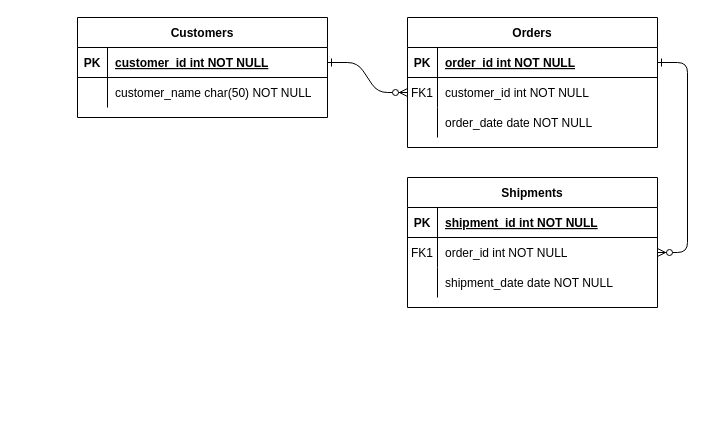
This is 名称未設定ファイル.drawio from Souta-Shimizu/mermaid_memo, a draw.io file, before an edit. Source tidied: cells renumbered, new cells numbered last; positions are measured from the earlier drawing's top-left corner, leaving out a move shared by most shapes. Both pictures are drawn from the tidied source at 100%, with x=0, y=0 at pixel (77, 17).
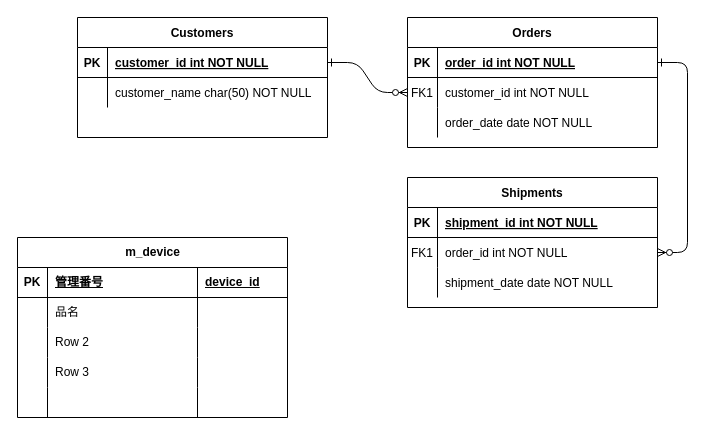
The same diagram, later.

Commit message:
名称未設定ファイル.drawio を更新します

What changed in the source:
```diff
@@
     <mxCell id="24" value="Customers" style="shape=table;startSize=30;childLayout=tableLayout;rowLines=0;fontStyle=1;align=center;" parent="1" vertex="1">
-      <mxGeometry width="250" height="100" as="geometry" />
+      <mxGeometry width="250" height="120" as="geometry" />
     </mxCell>
@@
+    <mxCell id="31" value="m_device" style="shape=table;startSize=30;childLayout=tableLayout;rowLines=0;fontStyle=1;align=center;html=1;" parent="1" vertex="1">
+      <mxGeometry x="-60" y="220" width="270" height="180" as="geometry" />
+    </mxCell>
+    <mxCell id="32" style="shape=tableRow;horizontal=0;startSize=0;swimlaneHead=0;swimlaneBody=0;fillColor=none;top=0;left=0;right=0;bottom=1;" parent="31" vertex="1">
+      <mxGeometry y="30" width="270" height="30" as="geometry" />
+    </mxCell>
+    <mxCell id="33" value="PK" style="shape=partialRectangle;fillColor=none;top=0;left=0;bottom=0;right=0;fontStyle=1;overflow=hidden;whiteSpace=wrap;html=1;" parent="32" vertex="1">
+      <mxGeometry width="30" height="30" as="geometry" />
+    </mxCell>
+    <mxCell id="34" value="管理番号" style="shape=partialRectangle;fillColor=none;top=0;left=0;bottom=0;right=0;align=left;spacingLeft=6;fontStyle=5;overflow=hidden;whiteSpace=wrap;html=1;" parent="32" vertex="1">
+      <mxGeometry x="30" width="150" height="30" as="geometry" />
+    </mxCell>
+    <mxCell id="35" value="device_id" style="shape=partialRectangle;fillColor=none;top=0;left=0;bottom=0;right=0;align=left;spacingLeft=6;fontStyle=5;overflow=hidden;whiteSpace=wrap;html=1;" parent="32" vertex="1">
+      <mxGeometry x="180" width="90" height="30" as="geometry" />
+    </mxCell>
+    <mxCell id="36" style="shape=tableRow;horizontal=0;startSize=0;swimlaneHead=0;swimlaneBody=0;fillColor=none;top=0;left=0;right=0;bottom=0;" parent="31" vertex="1">
+      <mxGeometry y="60" width="270" height="30" as="geometry" />
+    </mxCell>
+    <mxCell id="37" style="shape=partialRectangle;fillColor=none;top=0;left=0;bottom=0;right=0;overflow=hidden;whiteSpace=wrap;html=1;" parent="36" vertex="1">
+      <mxGeometry width="30" height="30" as="geometry" />
+    </mxCell>
+    <mxCell id="38" value="品名" style="shape=partialRectangle;fillColor=none;top=0;left=0;bottom=0;right=0;align=left;spacingLeft=6;overflow=hidden;whiteSpace=wrap;html=1;" parent="36" vertex="1">
+      <mxGeometry x="30" width="150" height="30" as="geometry" />
+    </mxCell>
+    <mxCell id="39" style="shape=partialRectangle;fillColor=none;top=0;left=0;bottom=0;right=0;align=left;spacingLeft=6;overflow=hidden;whiteSpace=wrap;html=1;" parent="36" vertex="1">
+      <mxGeometry x="180" width="90" height="30" as="geometry" />
+    </mxCell>
+    <mxCell id="40" style="shape=tableRow;horizontal=0;startSize=0;swimlaneHead=0;swimlaneBody=0;fillColor=none;top=0;left=0;right=0;bottom=0;" parent="31" vertex="1">
+      <mxGeometry y="90" width="270" height="30" as="geometry" />
+    </mxCell>
+    <mxCell id="41" style="shape=partialRectangle;fillColor=none;top=0;left=0;bottom=0;right=0;overflow=hidden;whiteSpace=wrap;html=1;" parent="40" vertex="1">
+      <mxGeometry width="30" height="30" as="geometry" />
+    </mxCell>
+    <mxCell id="42" value="Row 2" style="shape=partialRectangle;fillColor=none;top=0;left=0;bottom=0;right=0;align=left;spacingLeft=6;overflow=hidden;whiteSpace=wrap;html=1;" parent="40" vertex="1">
+      <mxGeometry x="30" width="150" height="30" as="geometry" />
+    </mxCell>
+    <mxCell id="43" style="shape=partialRectangle;fillColor=none;top=0;left=0;bottom=0;right=0;align=left;spacingLeft=6;overflow=hidden;whiteSpace=wrap;html=1;" parent="40" vertex="1">
+      <mxGeometry x="180" width="90" height="30" as="geometry" />
+    </mxCell>
+    <mxCell id="44" style="shape=tableRow;horizontal=0;startSize=0;swimlaneHead=0;swimlaneBody=0;fillColor=none;top=0;left=0;right=0;bottom=0;" parent="31" vertex="1">
+      <mxGeometry y="120" width="270" height="30" as="geometry" />
+    </mxCell>
+    <mxCell id="45" style="shape=partialRectangle;fillColor=none;top=0;left=0;bottom=0;right=0;overflow=hidden;whiteSpace=wrap;html=1;" parent="44" vertex="1">
+      <mxGeometry width="30" height="30" as="geometry" />
+    </mxCell>
+    <mxCell id="46" value="Row 3" style="shape=partialRectangle;fillColor=none;top=0;left=0;bottom=0;right=0;align=left;spacingLeft=6;overflow=hidden;whiteSpace=wrap;html=1;" parent="44" vertex="1">
+      <mxGeometry x="30" width="150" height="30" as="geometry" />
+    </mxCell>
+    <mxCell id="47" style="shape=partialRectangle;fillColor=none;top=0;left=0;bottom=0;right=0;align=left;spacingLeft=6;overflow=hidden;whiteSpace=wrap;html=1;" parent="44" vertex="1">
+      <mxGeometry x="180" width="90" height="30" as="geometry" />
+    </mxCell>
+    <mxCell id="48" style="shape=tableRow;horizontal=0;startSize=0;swimlaneHead=0;swimlaneBody=0;fillColor=none;top=0;left=0;right=0;bottom=0;" parent="31" vertex="1">
+      <mxGeometry y="150" width="270" height="30" as="geometry" />
+    </mxCell>
+    <mxCell id="49" style="shape=partialRectangle;fillColor=none;top=0;left=0;bottom=0;right=0;overflow=hidden;whiteSpace=wrap;html=1;" parent="48" vertex="1">
+      <mxGeometry width="30" height="30" as="geometry" />
+    </mxCell>
+    <mxCell id="50" style="shape=partialRectangle;fillColor=none;top=0;left=0;bottom=0;right=0;align=left;spacingLeft=6;overflow=hidden;whiteSpace=wrap;html=1;" parent="48" vertex="1">
+      <mxGeometry x="30" width="150" height="30" as="geometry" />
+    </mxCell>
+    <mxCell id="51" style="shape=partialRectangle;fillColor=none;top=0;left=0;bottom=0;right=0;align=left;spacingLeft=6;overflow=hidden;whiteSpace=wrap;html=1;" parent="48" vertex="1">
+      <mxGeometry x="180" width="90" height="30" as="geometry" />
+    </mxCell>
```
